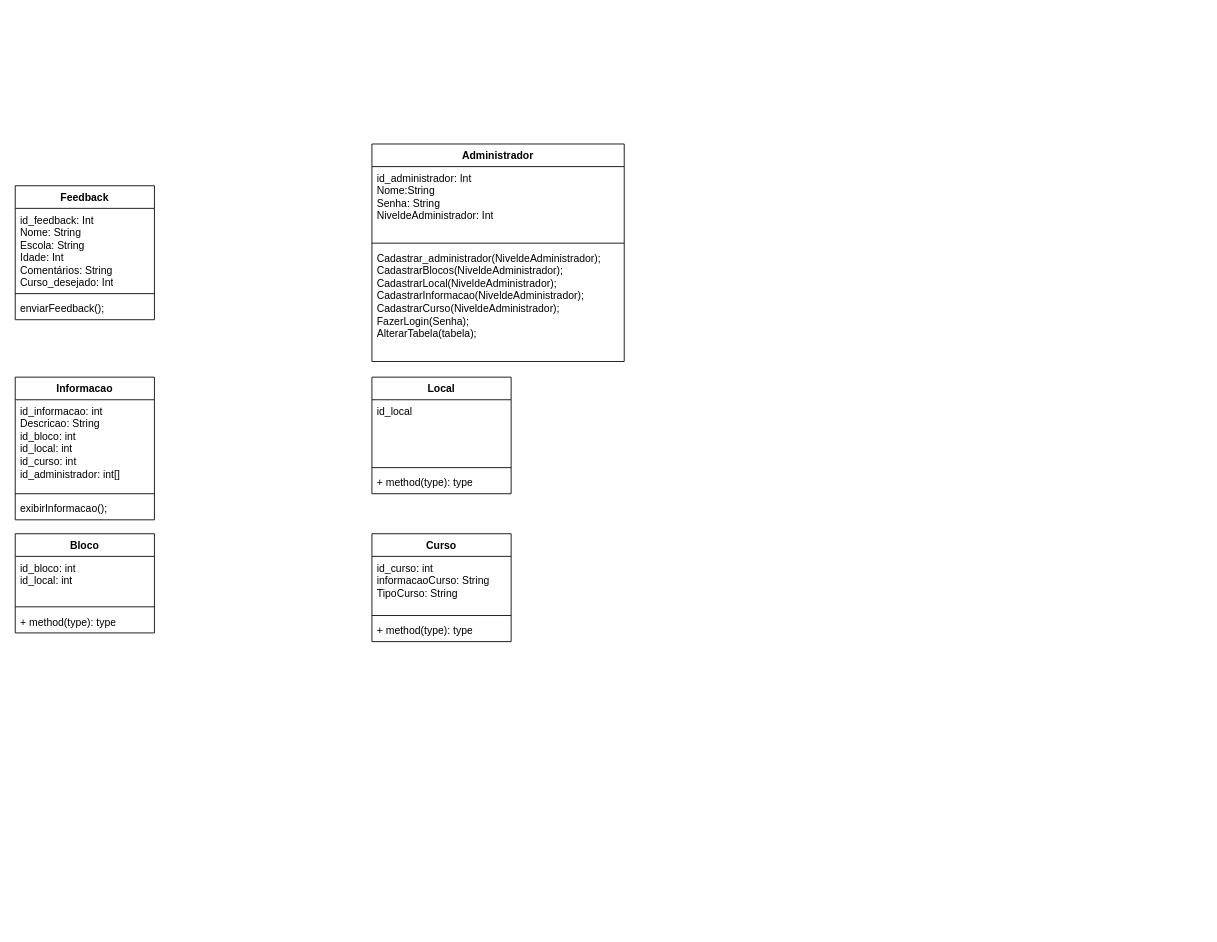
The draw.io diagram DiagramaDeClasses.drawio in Gigagiga1234/Tour-Virtual, before the edit. Source tidied: cells renumbered, new cells numbered last; positions are measured from the earlier drawing's top-left corner, leaving out a move shared by most shapes. Both pictures are drawn from the tidied source at 87%, with x=0, y=0 at pixel (15, 144).
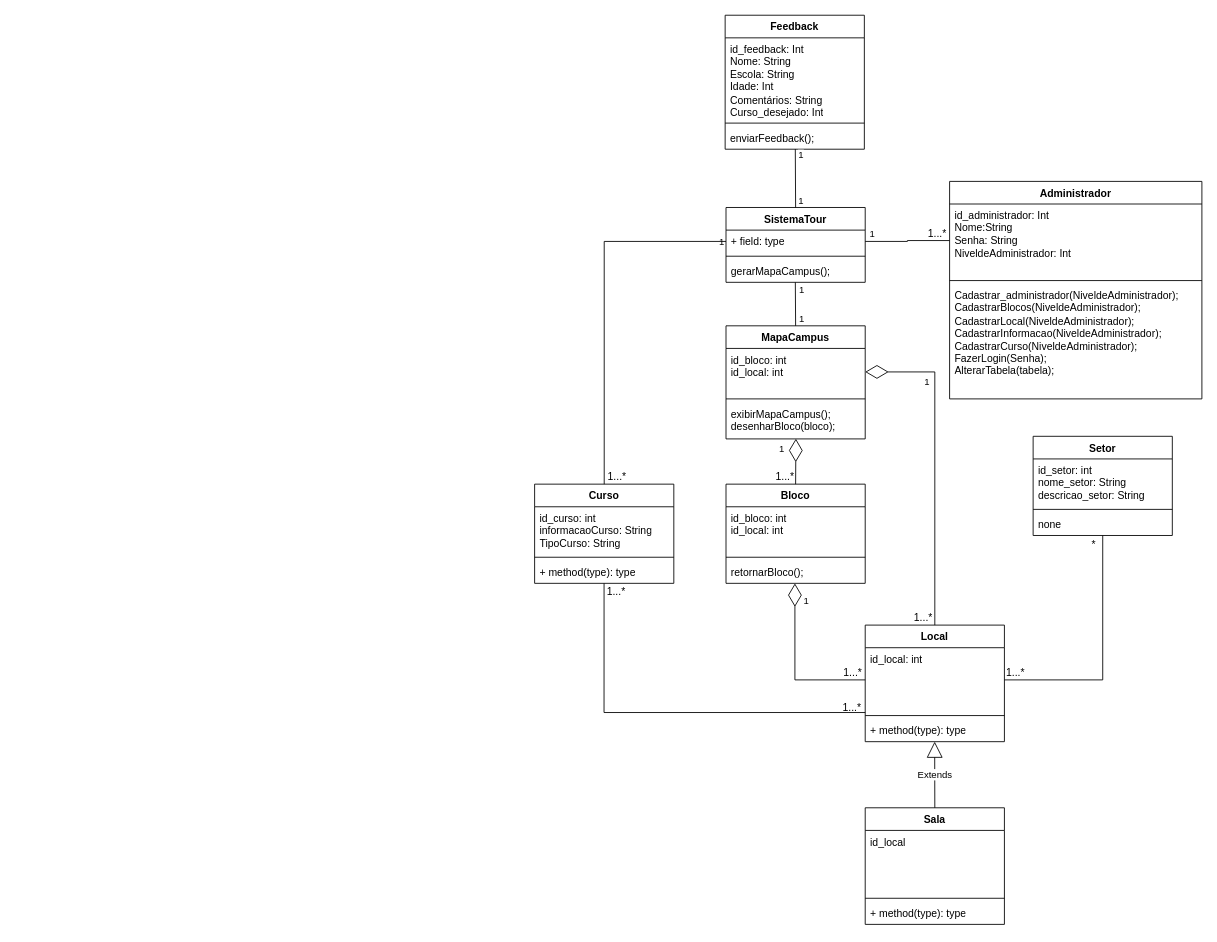
After the change.

The change refers to these unchanged cells:
```xml
<mxCell id="5" value="enviarFeedback();" style="text;strokeColor=none;fillColor=none;align=left;verticalAlign=top;spacingLeft=4;spacingRight=4;overflow=hidden;points=[[0,0.5],[1,0.5]];portConstraint=eastwest;whiteSpace=wrap;html=1;" parent="2" vertex="1">
  <mxGeometry y="128" width="160" height="26" as="geometry" />
</mxCell>
<mxCell id="7" value="&lt;div&gt;id_administrador: Int&lt;/div&gt;&lt;div&gt;Nome:String&lt;/div&gt;Senha: String&lt;div&gt;NiveldeAdministrador: Int&lt;/div&gt;" style="text;strokeColor=none;fillColor=none;align=left;verticalAlign=top;spacingLeft=4;spacingRight=4;overflow=hidden;points=[[0,0.5],[1,0.5]];portConstraint=eastwest;whiteSpace=wrap;html=1;" parent="6" vertex="1">
  <mxGeometry y="26" width="290" height="84" as="geometry" />
</mxCell>
<mxCell id="17" value="+ method(type): type" style="text;strokeColor=none;fillColor=none;align=left;verticalAlign=top;spacingLeft=4;spacingRight=4;overflow=hidden;points=[[0,0.5],[1,0.5]];portConstraint=eastwest;whiteSpace=wrap;html=1;" parent="14" vertex="1">
  <mxGeometry y="108" width="160" height="26" as="geometry" />
</mxCell>
```

Change to the diagram source:
```diff
@@
     <mxCell id="2" value="Feedback" style="swimlane;fontStyle=1;align=center;verticalAlign=top;horizontal=1;startSize=26;whiteSpace=wrap;html=1;" parent="1" vertex="1">
-      <mxGeometry y="48" width="160" height="154" as="geometry" />
+      <mxGeometry x="816" y="-148" width="160" height="154" as="geometry" />
     </mxCell>
@@
     <mxCell id="6" value="Administrador" style="swimlane;fontStyle=1;align=center;verticalAlign=top;horizontal=1;startSize=26;whiteSpace=wrap;html=1;" parent="1" vertex="1">
-      <mxGeometry x="410" width="290" height="250" as="geometry" />
+      <mxGeometry x="1074" y="43" width="290" height="250" as="geometry" />
     </mxCell>
@@
     <mxCell id="10" value="Bloco" style="swimlane;fontStyle=1;align=center;verticalAlign=top;horizontal=1;startSize=26;whiteSpace=wrap;html=1;" parent="1" vertex="1">
-      <mxGeometry y="448" width="160" height="114" as="geometry" />
+      <mxGeometry x="817" y="391" width="160" height="114" as="geometry" />
     </mxCell>
@@
-    <mxCell id="13" value="+ method(type): type" style="text;strokeColor=none;fillColor=none;align=left;verticalAlign=top;spacingLeft=4;spacingRight=4;overflow=hidden;points=[[0,0.5],[1,0.5]];portConstraint=eastwest;whiteSpace=wrap;html=1;" parent="10" vertex="1">
+    <mxCell id="13" value="retornarBloco();" style="text;strokeColor=none;fillColor=none;align=left;verticalAlign=top;spacingLeft=4;spacingRight=4;overflow=hidden;points=[[0,0.5],[1,0.5]];portConstraint=eastwest;whiteSpace=wrap;html=1;" parent="10" vertex="1">
       <mxGeometry y="88" width="160" height="26" as="geometry" />
     </mxCell>
     <mxCell id="14" value="Local" style="swimlane;fontStyle=1;align=center;verticalAlign=top;horizontal=1;startSize=26;whiteSpace=wrap;html=1;" parent="1" vertex="1">
-      <mxGeometry x="410" y="268" width="160" height="134" as="geometry" />
+      <mxGeometry x="977" y="553" width="160" height="134" as="geometry" />
     </mxCell>
-    <mxCell id="15" value="id_local" style="text;strokeColor=none;fillColor=none;align=left;verticalAlign=top;spacingLeft=4;spacingRight=4;overflow=hidden;points=[[0,0.5],[1,0.5]];portConstraint=eastwest;whiteSpace=wrap;html=1;" parent="14" vertex="1">
+    <mxCell id="15" value="id_local: int" style="text;strokeColor=none;fillColor=none;align=left;verticalAlign=top;spacingLeft=4;spacingRight=4;overflow=hidden;points=[[0,0.5],[1,0.5]];portConstraint=eastwest;whiteSpace=wrap;html=1;" parent="14" vertex="1">
       <mxGeometry y="26" width="160" height="74" as="geometry" />
     </mxCell>
@@
     <mxCell id="18" value="Curso" style="swimlane;fontStyle=1;align=center;verticalAlign=top;horizontal=1;startSize=26;whiteSpace=wrap;html=1;" parent="1" vertex="1">
-      <mxGeometry x="410" y="448" width="160" height="124" as="geometry" />
+      <mxGeometry x="597" y="391" width="160" height="114" as="geometry" />
     </mxCell>
     <mxCell id="19" value="id_curso: int&lt;div&gt;informacaoCurso: String&lt;/div&gt;&lt;div&gt;TipoCurso: String&lt;/div&gt;" style="text;strokeColor=none;fillColor=none;align=left;verticalAlign=top;spacingLeft=4;spacingRight=4;overflow=hidden;whiteSpace=wrap;html=1;" parent="18" vertex="1">
-      <mxGeometry y="26" width="160" height="64" as="geometry" />
+      <mxGeometry y="26" width="160" height="54" as="geometry" />
     </mxCell>
     <mxCell id="20" style="line;strokeWidth=1;fillColor=none;align=left;verticalAlign=middle;spacingTop=-1;spacingLeft=3;spacingRight=3;labelPosition=right;strokeColor=inherit;" parent="18" vertex="1">
-      <mxGeometry y="90" width="160" height="8" as="geometry" />
+      <mxGeometry y="80" width="160" height="8" as="geometry" />
     </mxCell>
     <mxCell id="21" value="+ method(type): type" style="text;strokeColor=none;fillColor=none;align=left;verticalAlign=top;spacingLeft=4;spacingRight=4;overflow=hidden;points=[[0,0.5],[1,0.5]];portConstraint=eastwest;whiteSpace=wrap;html=1;" parent="18" vertex="1">
-      <mxGeometry y="98" width="160" height="26" as="geometry" />
+      <mxGeometry y="88" width="160" height="26" as="geometry" />
     </mxCell>
-    <mxCell id="22" value="Informacao" style="swimlane;fontStyle=1;align=center;verticalAlign=top;horizontal=1;startSize=26;whiteSpace=wrap;html=1;" parent="1" vertex="1">
-      <mxGeometry y="268" width="160" height="164" as="geometry" />
-    </mxCell>
-    <mxCell id="23" value="id_informacao: int&lt;div&gt;Descricao: String&lt;/div&gt;&lt;div&gt;id_bloco: int&lt;/div&gt;&lt;div&gt;id_local: int&lt;/div&gt;&lt;div&gt;id_curso: int&lt;/div&gt;&lt;div&gt;id_administrador: int[]&lt;/div&gt;" style="text;strokeColor=none;fillColor=none;align=left;verticalAlign=top;spacingLeft=4;spacingRight=4;overflow=hidden;whiteSpace=wrap;html=1;" parent="22" vertex="1">
-      <mxGeometry y="26" width="160" height="104" as="geometry" />
-    </mxCell>
-    <mxCell id="24" style="line;strokeWidth=1;fillColor=none;align=left;verticalAlign=middle;spacingTop=-1;spacingLeft=3;spacingRight=3;labelPosition=right;strokeColor=inherit;" parent="22" vertex="1">
-      <mxGeometry y="130" width="160" height="8" as="geometry" />
-    </mxCell>
-    <mxCell id="25" value="exibirInformacao();" style="text;strokeColor=none;fillColor=none;align=left;verticalAlign=top;spacingLeft=4;spacingRight=4;overflow=hidden;whiteSpace=wrap;html=1;" parent="22" vertex="1">
-      <mxGeometry y="138" width="160" height="26" as="geometry" />
-    </mxCell>
+    <mxCell id="26" style="endArrow=diamondThin;endFill=0;endSize=24;html=1;rounded=0;exitX=0.5;exitY=0;exitDx=0;exitDy=0;entryX=0.502;entryY=0.995;entryDx=0;entryDy=0;entryPerimeter=0;" parent="1" edge="1" source="10" target="33">
+      <mxGeometry relative="1" as="geometry" />
+    </mxCell>
+    <mxCell id="27" value="1" style="edgeLabel;html=1;align=center;verticalAlign=middle;" parent="26" vertex="1">
+      <mxGeometry x="0.19" y="-1" relative="1" as="geometry">
+        <mxPoint x="-18" y="-11" as="offset" />
+      </mxGeometry>
+    </mxCell>
+    <mxCell id="28" value="1" style="edgeLabel;html=1;align=center;verticalAlign=middle;" parent="26" vertex="1">
+      <mxGeometry x="0.19" y="-1" relative="1" as="geometry">
+        <mxPoint x="10" y="164" as="offset" />
+      </mxGeometry>
+    </mxCell>
+    <mxCell id="29" value="1" style="edgeLabel;html=1;align=center;verticalAlign=middle;" parent="26" vertex="1">
+      <mxGeometry x="0.19" y="-1" relative="1" as="geometry">
+        <mxPoint x="-87" y="-248" as="offset" />
+      </mxGeometry>
+    </mxCell>
+    <mxCell id="30" value="MapaCampus" style="swimlane;fontStyle=1;align=center;verticalAlign=top;horizontal=1;startSize=26;whiteSpace=wrap;html=1;" parent="1" vertex="1">
+      <mxGeometry x="817" y="209" width="160" height="130" as="geometry" />
+    </mxCell>
+    <mxCell id="31" value="id_bloco: int&lt;div&gt;id_local: int&lt;/div&gt;" style="text;strokeColor=none;fillColor=none;align=left;verticalAlign=top;spacingLeft=4;spacingRight=4;overflow=hidden;points=[[0,0.5],[1,0.5]];portConstraint=eastwest;whiteSpace=wrap;html=1;" parent="30" vertex="1">
+      <mxGeometry y="26" width="160" height="54" as="geometry" />
+    </mxCell>
+    <mxCell id="32" style="line;strokeWidth=1;fillColor=none;align=left;verticalAlign=middle;spacingTop=-1;spacingLeft=3;spacingRight=3;labelPosition=right;strokeColor=inherit;" parent="30" vertex="1">
+      <mxGeometry y="80" width="160" height="8" as="geometry" />
+    </mxCell>
+    <mxCell id="33" value="exibirMapaCampus();&lt;div&gt;desenharBloco(bloco);&lt;/div&gt;" style="text;strokeColor=none;fillColor=none;align=left;verticalAlign=top;spacingLeft=4;spacingRight=4;overflow=hidden;points=[[0,0.5],[1,0.5]];portConstraint=eastwest;whiteSpace=wrap;html=1;" parent="30" vertex="1">
+      <mxGeometry y="88" width="160" height="42" as="geometry" />
+    </mxCell>
+    <mxCell id="34" value="1...*" style="text;html=1;whiteSpace=wrap;strokeColor=none;fillColor=none;align=center;verticalAlign=middle;rounded=0;" parent="1" vertex="1">
+      <mxGeometry x="855" y="368" width="60" height="30" as="geometry" />
+    </mxCell>
+    <mxCell id="35" value="Sala" style="swimlane;fontStyle=1;align=center;verticalAlign=top;horizontal=1;startSize=26;whiteSpace=wrap;html=1;" parent="1" vertex="1">
+      <mxGeometry x="977" y="763" width="160" height="134" as="geometry" />
+    </mxCell>
+    <mxCell id="36" value="id_local" style="text;strokeColor=none;fillColor=none;align=left;verticalAlign=top;spacingLeft=4;spacingRight=4;overflow=hidden;whiteSpace=wrap;html=1;" parent="35" vertex="1">
+      <mxGeometry y="26" width="160" height="74" as="geometry" />
+    </mxCell>
+    <mxCell id="37" style="line;strokeWidth=1;fillColor=none;align=left;verticalAlign=middle;spacingTop=-1;spacingLeft=3;spacingRight=3;labelPosition=right;strokeColor=inherit;" parent="35" vertex="1">
+      <mxGeometry y="100" width="160" height="8" as="geometry" />
+    </mxCell>
+    <mxCell id="38" value="+ method(type): type" style="text;strokeColor=none;fillColor=none;align=left;verticalAlign=top;spacingLeft=4;spacingRight=4;overflow=hidden;whiteSpace=wrap;html=1;" parent="35" vertex="1">
+      <mxGeometry y="108" width="160" height="26" as="geometry" />
+    </mxCell>
+    <mxCell id="39" value="Extends" style="endArrow=block;endSize=16;endFill=0;html=1;rounded=0;exitX=0.5;exitY=0;exitDx=0;exitDy=0;entryX=0.499;entryY=0.997;entryDx=0;entryDy=0;entryPerimeter=0;" parent="1" edge="1" source="35" target="17">
+      <mxGeometry relative="1" as="geometry" />
+    </mxCell>
+    <mxCell id="40" style="endArrow=diamondThin;endFill=0;endSize=24;html=1;rounded=0;exitX=0;exitY=0.5;exitDx=0;exitDy=0;entryX=0.495;entryY=1.003;entryDx=0;entryDy=0;entryPerimeter=0;edgeStyle=orthogonalEdgeStyle;" parent="1" edge="1" source="15" target="13">
+      <mxGeometry relative="1" as="geometry" />
+    </mxCell>
+    <mxCell id="41" value="1...*" style="text;html=1;whiteSpace=wrap;strokeColor=none;fillColor=none;align=center;verticalAlign=middle;rounded=0;" parent="1" vertex="1">
+      <mxGeometry x="933" y="593" width="60" height="30" as="geometry" />
+    </mxCell>
+    <mxCell id="42" style="endArrow=diamondThin;endFill=0;endSize=24;html=1;rounded=0;entryX=1;entryY=0.5;entryDx=0;entryDy=0;edgeStyle=orthogonalEdgeStyle;exitX=0.5;exitY=0;exitDx=0;exitDy=0;" parent="1" edge="1" source="14" target="31">
+      <mxGeometry relative="1" as="geometry" />
+    </mxCell>
+    <mxCell id="43" value="1" style="edgeLabel;html=1;align=center;verticalAlign=middle;" parent="42" vertex="1">
+      <mxGeometry x="0.19" y="-1" relative="1" as="geometry">
+        <mxPoint x="-11" y="-60" as="offset" />
+      </mxGeometry>
+    </mxCell>
+    <mxCell id="44" value="1" style="edgeLabel;html=1;align=center;verticalAlign=middle;" parent="42" vertex="1">
+      <mxGeometry x="0.19" y="-1" relative="1" as="geometry">
+        <mxPoint x="-155" y="-165" as="offset" />
+      </mxGeometry>
+    </mxCell>
+    <mxCell id="45" value="1" style="edgeLabel;html=1;align=center;verticalAlign=middle;" parent="42" vertex="1">
+      <mxGeometry x="0.19" y="-1" relative="1" as="geometry">
+        <mxPoint x="-155" y="-132" as="offset" />
+      </mxGeometry>
+    </mxCell>
+    <mxCell id="46" value="1" style="edgeLabel;html=1;align=center;verticalAlign=middle;" parent="42" vertex="1">
+      <mxGeometry x="0.19" y="-1" relative="1" as="geometry">
+        <mxPoint x="-74" y="-230" as="offset" />
+      </mxGeometry>
+    </mxCell>
+    <mxCell id="47" value="1" style="edgeLabel;html=1;align=center;verticalAlign=middle;" parent="42" vertex="1">
+      <mxGeometry x="0.19" y="-1" relative="1" as="geometry">
+        <mxPoint x="-156" y="-268" as="offset" />
+      </mxGeometry>
+    </mxCell>
+    <mxCell id="48" value="1" style="edgeLabel;html=1;align=center;verticalAlign=middle;" parent="42" vertex="1">
+      <mxGeometry x="0.19" y="-1" relative="1" as="geometry">
+        <mxPoint x="-156" y="-320" as="offset" />
+      </mxGeometry>
+    </mxCell>
+    <mxCell id="49" value="1...*" style="text;html=1;whiteSpace=wrap;strokeColor=none;fillColor=none;align=center;verticalAlign=middle;rounded=0;" parent="1" vertex="1">
+      <mxGeometry x="1014" y="530" width="60" height="30" as="geometry" />
+    </mxCell>
+    <mxCell id="50" value="SistemaTour" style="swimlane;fontStyle=1;align=center;verticalAlign=top;horizontal=1;startSize=26;whiteSpace=wrap;html=1;" parent="1" vertex="1">
+      <mxGeometry x="817" y="73" width="160" height="86" as="geometry" />
+    </mxCell>
+    <mxCell id="51" value="+ field: type" style="text;strokeColor=none;fillColor=none;align=left;verticalAlign=top;spacingLeft=4;spacingRight=4;overflow=hidden;points=[[0,0.5],[1,0.5]];portConstraint=eastwest;whiteSpace=wrap;html=1;" parent="50" vertex="1">
+      <mxGeometry y="26" width="160" height="26" as="geometry" />
+    </mxCell>
+    <mxCell id="52" style="line;strokeWidth=1;fillColor=none;align=left;verticalAlign=middle;spacingTop=-1;spacingLeft=3;spacingRight=3;labelPosition=right;strokeColor=inherit;" parent="50" vertex="1">
+      <mxGeometry y="52" width="160" height="8" as="geometry" />
+    </mxCell>
+    <mxCell id="53" value="gerarMapaCampus();" style="text;strokeColor=none;fillColor=none;align=left;verticalAlign=top;spacingLeft=4;spacingRight=4;overflow=hidden;points=[[0,0.5],[1,0.5]];portConstraint=eastwest;whiteSpace=wrap;html=1;" parent="50" vertex="1">
+      <mxGeometry y="60" width="160" height="26" as="geometry" />
+    </mxCell>
+    <mxCell id="54" style="endArrow=none;html=1;rounded=0;exitX=0.5;exitY=0;exitDx=0;exitDy=0;entryX=0.498;entryY=1;entryDx=0;entryDy=0;entryPerimeter=0;" parent="1" edge="1" source="30" target="53">
+      <mxGeometry relative="1" as="geometry" />
+    </mxCell>
+    <mxCell id="55" style="endArrow=none;html=1;rounded=0;exitX=0;exitY=0.75;exitDx=0;exitDy=0;entryX=0.499;entryY=1.003;entryDx=0;entryDy=0;entryPerimeter=0;edgeStyle=orthogonalEdgeStyle;" parent="1" edge="1" source="14" target="21">
+      <mxGeometry relative="1" as="geometry" />
+    </mxCell>
+    <mxCell id="56" value="1...*" style="text;html=1;whiteSpace=wrap;strokeColor=none;fillColor=none;align=center;verticalAlign=middle;rounded=0;" parent="1" vertex="1">
+      <mxGeometry x="661" y="500" width="60" height="30" as="geometry" />
+    </mxCell>
+    <mxCell id="57" value="1...*" style="text;html=1;whiteSpace=wrap;strokeColor=none;fillColor=none;align=center;verticalAlign=middle;rounded=0;" parent="1" vertex="1">
+      <mxGeometry x="932" y="633" width="60" height="30" as="geometry" />
+    </mxCell>
+    <mxCell id="58" style="endArrow=none;html=1;rounded=0;exitX=0;exitY=0.5;exitDx=0;exitDy=0;entryX=0.5;entryY=0;entryDx=0;entryDy=0;edgeStyle=orthogonalEdgeStyle;" parent="1" edge="1" source="51" target="18">
+      <mxGeometry relative="1" as="geometry" />
+    </mxCell>
+    <mxCell id="59" value="1...*" style="text;html=1;whiteSpace=wrap;strokeColor=none;fillColor=none;align=center;verticalAlign=middle;rounded=0;" parent="1" vertex="1">
+      <mxGeometry x="662" y="368" width="60" height="30" as="geometry" />
+    </mxCell>
+    <mxCell id="60" style="endArrow=none;html=1;rounded=0;exitX=0;exitY=0.5;exitDx=0;exitDy=0;entryX=1;entryY=0.5;entryDx=0;entryDy=0;edgeStyle=orthogonalEdgeStyle;" parent="1" edge="1" source="7" target="51">
+      <mxGeometry relative="1" as="geometry" />
+    </mxCell>
+    <mxCell id="61" value="1...*" style="text;html=1;whiteSpace=wrap;strokeColor=none;fillColor=none;align=center;verticalAlign=middle;rounded=0;" parent="1" vertex="1">
+      <mxGeometry x="1030" y="88" width="60" height="30" as="geometry" />
+    </mxCell>
+    <mxCell id="62" style="endArrow=none;html=1;rounded=0;exitX=0.5;exitY=0;exitDx=0;exitDy=0;entryX=0.504;entryY=0.997;entryDx=0;entryDy=0;entryPerimeter=0;" parent="1" edge="1" source="50" target="5">
+      <mxGeometry relative="1" as="geometry" />
+    </mxCell>
+    <mxCell id="63" value="Setor" style="swimlane;fontStyle=1;align=center;verticalAlign=top;horizontal=1;startSize=26;whiteSpace=wrap;html=1;" parent="1" vertex="1">
+      <mxGeometry x="1170" y="336" width="160" height="114" as="geometry" />
+    </mxCell>
+    <mxCell id="64" value="id_setor: int&lt;div&gt;nome_setor: String&lt;/div&gt;&lt;div&gt;descricao_setor: String&lt;/div&gt;" style="text;strokeColor=none;fillColor=none;align=left;verticalAlign=top;spacingLeft=4;spacingRight=4;overflow=hidden;whiteSpace=wrap;html=1;" parent="63" vertex="1">
+      <mxGeometry y="26" width="160" height="54" as="geometry" />
+    </mxCell>
+    <mxCell id="65" style="line;strokeWidth=1;fillColor=none;align=left;verticalAlign=middle;spacingTop=-1;spacingLeft=3;spacingRight=3;labelPosition=right;strokeColor=inherit;" parent="63" vertex="1">
+      <mxGeometry y="80" width="160" height="8" as="geometry" />
+    </mxCell>
+    <mxCell id="66" value="none" style="text;strokeColor=none;fillColor=none;align=left;verticalAlign=top;spacingLeft=4;spacingRight=4;overflow=hidden;points=[[0,0.5],[1,0.5]];portConstraint=eastwest;whiteSpace=wrap;html=1;" parent="63" vertex="1">
+      <mxGeometry y="88" width="160" height="26" as="geometry" />
+    </mxCell>
+    <mxCell id="67" style="endArrow=none;html=1;rounded=0;exitX=1;exitY=0.5;exitDx=0;exitDy=0;entryX=0.5;entryY=1;entryDx=0;entryDy=0;entryPerimeter=0;edgeStyle=orthogonalEdgeStyle;" parent="1" edge="1" source="15" target="66">
+      <mxGeometry relative="1" as="geometry" />
+    </mxCell>
+    <mxCell id="68" value="1...*" style="text;html=1;whiteSpace=wrap;strokeColor=none;fillColor=none;align=center;verticalAlign=middle;rounded=0;" parent="1" vertex="1">
+      <mxGeometry x="1120" y="593" width="60" height="30" as="geometry" />
+    </mxCell>
+    <mxCell id="69" value="*" style="text;html=1;whiteSpace=wrap;strokeColor=none;fillColor=none;align=center;verticalAlign=middle;rounded=0;" parent="1" vertex="1">
+      <mxGeometry x="1210" y="446" width="60" height="30" as="geometry" />
+    </mxCell>
```
